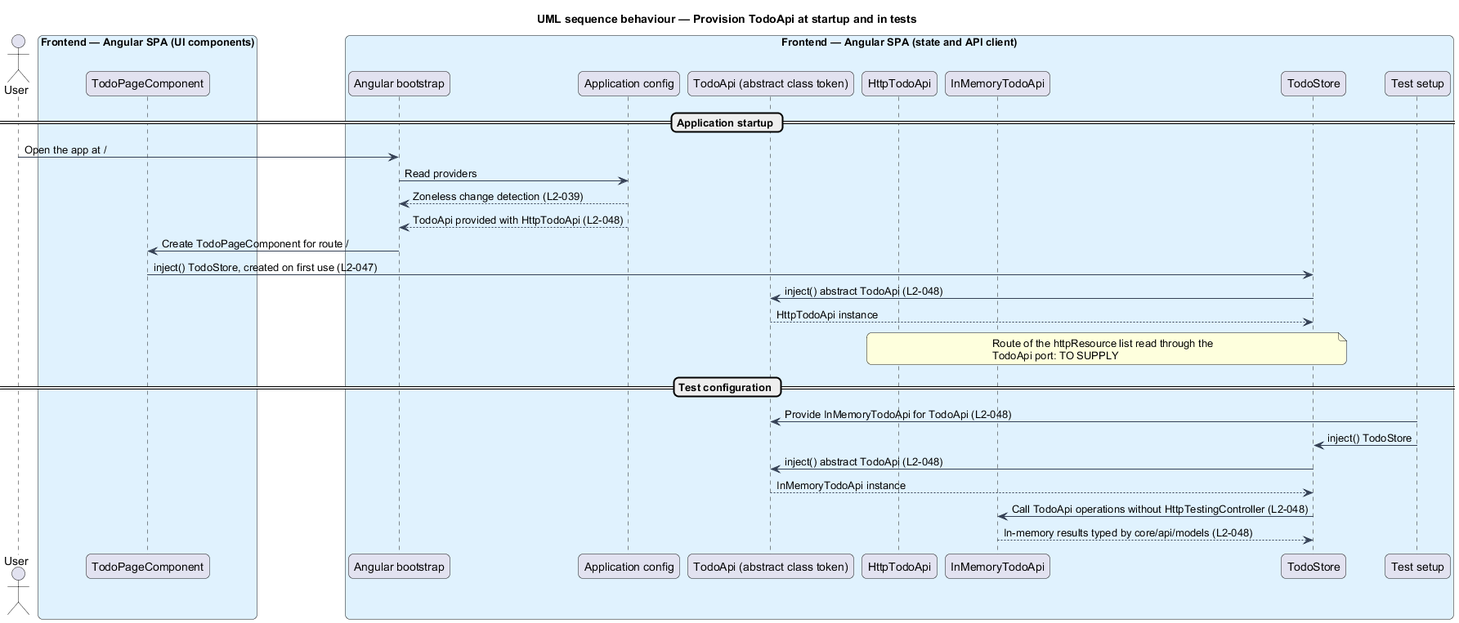
This is docs/detailed-designs/architecture/frontend-structure/diagrams/sequence-provision-todo-api.png from QuinntyneBrown/php-todo-lab, a PlantUML export, as it was before one commit. The source it was exported from:
```plantuml
@startuml
title UML sequence behaviour — Provision TodoApi at startup and in tests
skinparam backgroundColor #FFFFFF
skinparam shadowing false
skinparam roundcorner 12
skinparam defaultFontName Arial
skinparam ArrowColor #344054
skinparam rectangle {
  BorderColor #344054
  FontColor #101828
}
skinparam package {
  BorderColor #667085
  FontColor #101828
  BackgroundColor #F9FAFB
}
actor "User" as user
box "Frontend — Angular SPA (UI components)" #E0F2FE
  participant "TodoPageComponent" as page
end box
box "Frontend — Angular SPA (state and API client)" #E0F2FE
  participant "Angular bootstrap" as boot
  participant "Application config" as cfg
  participant "TodoApi (abstract class token)" as token
  participant "HttpTodoApi" as http
  participant "InMemoryTodoApi" as fake
  participant "TodoStore" as store
  participant "Test setup" as test
end box
== Application startup ==
user -> boot : Open the app at /
boot -> cfg : Read providers
cfg --> boot : Zoneless change detection (L2-039)
cfg --> boot : TodoApi provided with HttpTodoApi (L2-048)
boot -> page : Create TodoPageComponent for route /
page -> store : inject() TodoStore, created on first use (L2-047)
store -> token : inject() abstract TodoApi (L2-048)
token --> store : HttpTodoApi instance
note over store, http
  Route of the httpResource list read through the
  TodoApi port: TO SUPPLY
end note
== Test configuration ==
test -> token : Provide InMemoryTodoApi for TodoApi (L2-048)
test -> store : inject() TodoStore
store -> token : inject() abstract TodoApi (L2-048)
token --> store : InMemoryTodoApi instance
store -> fake : Call TodoApi operations without HttpTestingController (L2-048)
fake --> store : In-memory results typed by core/api/models (L2-048)
@enduml
```
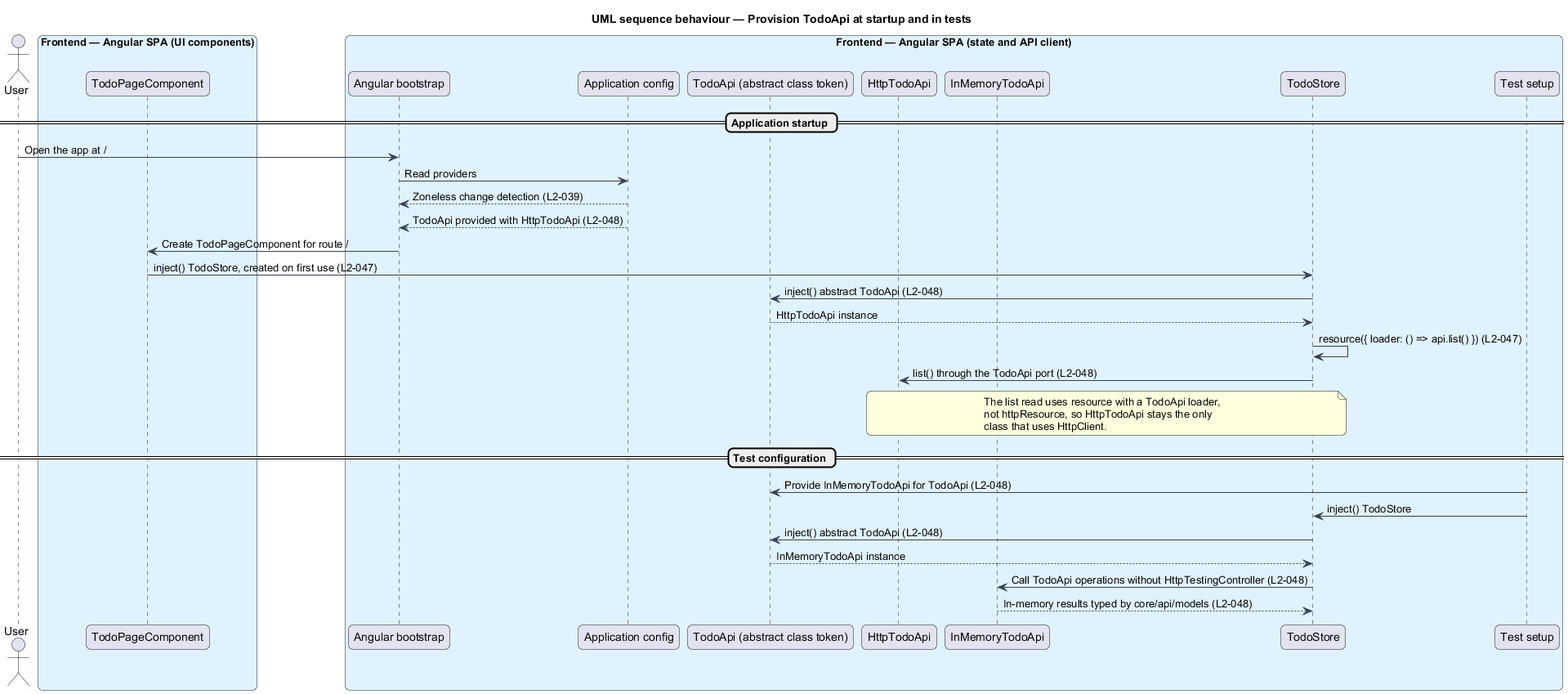
Above is the later version.

What changed in the source:
```diff
@@ -36,9 +36,12 @@
 page -> store : inject() TodoStore, created on first use (L2-047)
 store -> token : inject() abstract TodoApi (L2-048)
 token --> store : HttpTodoApi instance
+store -> store : resource({ loader: () => api.list() }) (L2-047)
+store -> http : list() through the TodoApi port (L2-048)
 note over store, http
-  Route of the httpResource list read through the
-  TodoApi port: TO SUPPLY
+  The list read uses resource with a TodoApi loader,
+  not httpResource, so HttpTodoApi stays the only
+  class that uses HttpClient.
 end note
 == Test configuration ==
 test -> token : Provide InMemoryTodoApi for TodoApi (L2-048)
```
